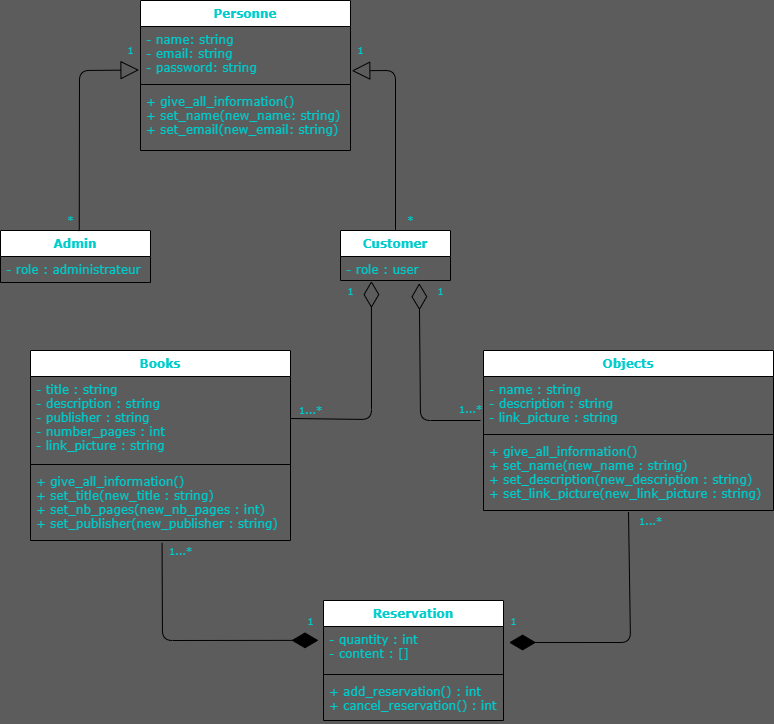
Before: uml.png, a diagram exported from draw.io (ImNeow/Dev-Web-2022). Source tidied: cells renumbered, new cells last; positions are measured from the earlier drawing's top-left corner, leaving out a move shared by most shapes.
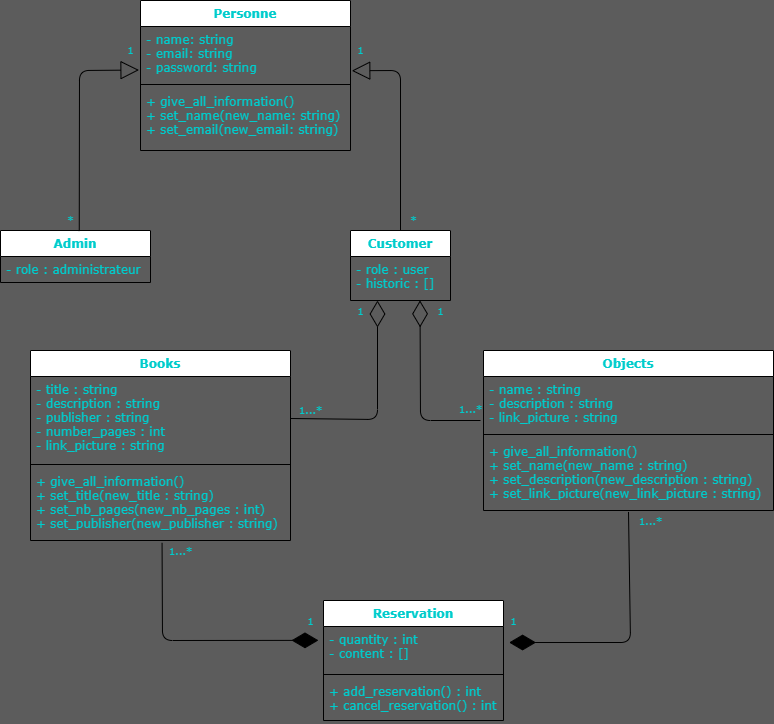
The same file after the commit.

Commit message:
uml-correction

Change to the diagram source:
```diff
@@ -21,10 +21,10 @@
       <mxGeometry y="26" width="150" height="26" as="geometry" />
     </mxCell>
     <mxCell id="8" value="Customer" style="swimlane;fontStyle=1;align=center;verticalAlign=top;horizontal=1;startSize=26;fontFamily=Verdana;fontColor=#00CCCC;" parent="1" vertex="1">
-      <mxGeometry x="340" y="230" width="110" height="50" as="geometry" />
+      <mxGeometry x="350" y="230" width="100" height="70" as="geometry" />
     </mxCell>
-    <mxCell id="9" value="- role : user" style="text;strokeColor=none;fillColor=none;align=left;verticalAlign=top;spacingLeft=4;spacingRight=4;overflow=hidden;points=[[0,0.5],[1,0.5]];portConstraint=eastwest;fontFamily=Verdana;fontColor=#00CCCC;" parent="8" vertex="1">
-      <mxGeometry y="26" width="110" height="24" as="geometry" />
+    <mxCell id="9" value="- role : user&#10;- historic : []" style="text;strokeColor=none;fillColor=none;align=left;verticalAlign=top;spacingLeft=4;spacingRight=4;overflow=hidden;points=[[0,0.5],[1,0.5]];portConstraint=eastwest;fontFamily=Verdana;fontColor=#00CCCC;" parent="8" vertex="1">
+      <mxGeometry y="26" width="100" height="44" as="geometry" />
     </mxCell>
     <mxCell id="10" value="Books" style="swimlane;fontStyle=1;align=center;verticalAlign=top;horizontal=1;startSize=26;fontFamily=Verdana;fontColor=#00CCCC;" parent="1" vertex="1">
       <mxGeometry x="30" y="350" width="260" height="190" as="geometry" />
@@ -86,7 +86,7 @@
     <mxCell id="25" style="endArrow=block;endSize=16;endFill=0;html=1;fontFamily=Verdana;entryX=1.006;entryY=0.819;entryDx=0;entryDy=0;entryPerimeter=0;exitX=0.5;exitY=0;exitDx=0;exitDy=0;fontColor=#00CCCC;" parent="1" edge="1" source="8" target="3">
       <mxGeometry relative="1" as="geometry">
         <Array as="points">
-          <mxPoint x="395" y="70" />
+          <mxPoint x="400" y="70" />
         </Array>
       </mxGeometry>
     </mxCell>
@@ -100,7 +100,7 @@
       <mxGeometry x="350" y="40" width="20" height="20" as="geometry" />
     </mxCell>
     <mxCell id="29" value="&lt;font style=&quot;font-size: 10px&quot;&gt;*&lt;/font&gt;" style="text;html=1;align=center;verticalAlign=middle;strokeColor=none;fillColor=none;fontFamily=Verdana;fontColor=#00CCCC;" parent="1" vertex="1">
-      <mxGeometry x="400" y="210" width="20" height="20" as="geometry" />
+      <mxGeometry x="403" y="210" width="20" height="20" as="geometry" />
     </mxCell>
     <mxCell id="30" value="&lt;font face=&quot;Verdana&quot; style=&quot;font-size: 10px&quot;&gt;1...*&lt;/font&gt;" style="text;html=1;align=center;verticalAlign=middle;strokeColor=none;fillColor=none;fontFamily=Lucida Console;fontColor=#00CCCC;" parent="1" vertex="1">
       <mxGeometry x="450" y="400" width="40" height="20" as="geometry" />
@@ -120,14 +120,15 @@
     <mxCell id="35" value="&lt;font style=&quot;font-size: 10px;&quot;&gt;1...*&lt;/font&gt;" style="text;html=1;align=center;verticalAlign=middle;strokeColor=none;fillColor=none;fontFamily=Verdana;fontSize=10;fontColor=#00CCCC;" parent="1" vertex="1">
       <mxGeometry x="630" y="510" width="40" height="20" as="geometry" />
     </mxCell>
-    <mxCell id="36" style="endArrow=diamondThin;endFill=0;endSize=24;html=1;fontFamily=Lucida Console;exitX=1;exitY=0.5;exitDx=0;exitDy=0;entryX=0.281;entryY=1.024;entryDx=0;entryDy=0;entryPerimeter=0;fontColor=#00CCCC;" parent="1" edge="1" source="11" target="9">
+    <mxCell id="36" style="endArrow=diamondThin;endFill=0;endSize=24;html=1;fontFamily=Lucida Console;exitX=1;exitY=0.5;exitDx=0;exitDy=0;fontColor=#00CCCC;" parent="1" edge="1" source="11">
       <mxGeometry relative="1" as="geometry">
+        <mxPoint x="377" y="300" as="targetPoint" />
         <Array as="points">
-          <mxPoint x="371" y="419" />
+          <mxPoint x="377" y="419" />
         </Array>
       </mxGeometry>
     </mxCell>
-    <mxCell id="37" style="endArrow=diamondThin;endFill=0;endSize=24;html=1;fontFamily=Lucida Console;entryX=0.716;entryY=1.113;entryDx=0;entryDy=0;entryPerimeter=0;fontColor=#00CCCC;" parent="1" edge="1" target="9">
+    <mxCell id="37" style="endArrow=diamondThin;endFill=0;endSize=24;html=1;fontFamily=Lucida Console;entryX=0.695;entryY=0.997;entryDx=0;entryDy=0;entryPerimeter=0;fontColor=#00CCCC;" parent="1" edge="1" target="9">
       <mxGeometry relative="1" as="geometry">
         <mxPoint x="480" y="420" as="sourcePoint" />
         <Array as="points">
@@ -136,10 +137,10 @@
       </mxGeometry>
     </mxCell>
     <mxCell id="38" value="1" style="text;html=1;align=center;verticalAlign=middle;strokeColor=none;fillColor=none;fontSize=10;fontFamily=Verdana;fontColor=#00CCCC;" parent="1" vertex="1">
-      <mxGeometry x="340" y="280" width="20" height="20" as="geometry" />
+      <mxGeometry x="350" y="300" width="20" height="20" as="geometry" />
     </mxCell>
     <mxCell id="39" value="1" style="text;html=1;align=center;verticalAlign=middle;strokeColor=none;fillColor=none;fontSize=10;fontFamily=Verdana;fontColor=#00CCCC;" parent="1" vertex="1">
-      <mxGeometry x="430" y="280" width="20" height="20" as="geometry" />
+      <mxGeometry x="430" y="300" width="20" height="20" as="geometry" />
     </mxCell>
   </root>
 </mxGraphModel>
```
